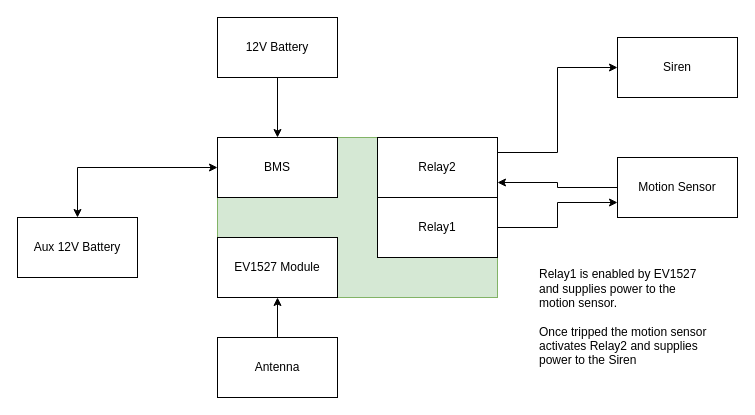
This is fbd/EV1527.drawio from runbren/keyless-security, a draw.io file, before an edit. Source tidied: cells renumbered, new cells numbered last; positions are measured from the earlier drawing's top-left corner, leaving out a move shared by most shapes. Both pictures are drawn from the tidied source at 100%, with x=0, y=0 at pixel (17, 17).
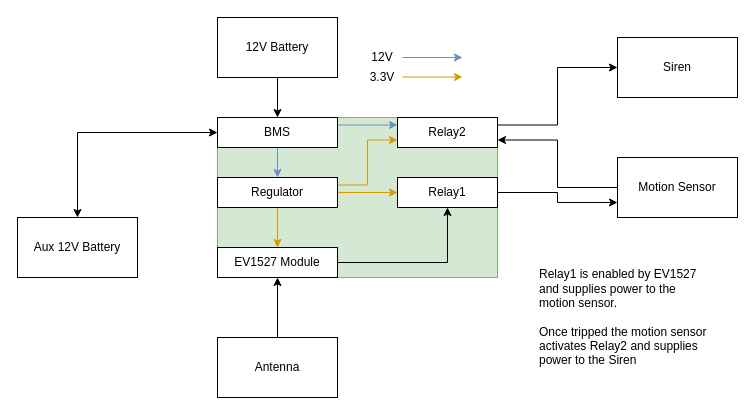
After the change.

Commit message:
add power lines

Diff of the diagram source:
```diff
@@
     <mxCell id="6" style="group;" parent="1" vertex="1">
-      <mxGeometry x="200" y="120" width="280" height="160" as="geometry" />
+      <mxGeometry x="200" y="100" width="280" height="160" as="geometry" />
     </mxCell>
@@
+    <mxCell id="20" style="edgeStyle=orthogonalEdgeStyle;rounded=0;jettySize=auto;html=1;exitX=1;exitY=0.25;exitDx=0;exitDy=0;entryX=0;entryY=0.25;entryDx=0;entryDy=0;startArrow=none;startFill=0;endArrow=classic;endFill=1;fillColor=#dae8fc;strokeColor=#6c8ebf;" parent="6" edge="1" source="8" target="10">
+      <mxGeometry relative="1" as="geometry" />
+    </mxCell>
+    <mxCell id="21" style="edgeStyle=orthogonalEdgeStyle;rounded=0;jettySize=auto;html=1;exitX=0.5;exitY=1;exitDx=0;exitDy=0;entryX=0.5;entryY=0;entryDx=0;entryDy=0;startArrow=none;startFill=0;endArrow=classic;endFill=1;fillColor=#dae8fc;strokeColor=#6c8ebf;" parent="6" edge="1" source="8" target="26">
+      <mxGeometry relative="1" as="geometry" />
+    </mxCell>
     <mxCell id="8" value="BMS" style="rounded=0;whiteSpace=wrap;html=1;" parent="6" vertex="1">
-      <mxGeometry width="120" height="60" as="geometry" />
+      <mxGeometry width="120" height="30" as="geometry" />
     </mxCell>
     <mxCell id="9" value="Relay1" style="rounded=0;whiteSpace=wrap;html=1;" parent="6" vertex="1">
-      <mxGeometry x="160" y="60" width="120" height="60" as="geometry" />
+      <mxGeometry x="180" y="60" width="100" height="30" as="geometry" />
     </mxCell>
     <mxCell id="10" value="Relay2" style="rounded=0;whiteSpace=wrap;html=1;" parent="6" vertex="1">
-      <mxGeometry x="160" width="120" height="60" as="geometry" />
+      <mxGeometry x="180" width="100" height="30" as="geometry" />
     </mxCell>
+    <mxCell id="22" style="edgeStyle=orthogonalEdgeStyle;rounded=0;jettySize=auto;html=1;exitX=1;exitY=0.5;exitDx=0;exitDy=0;entryX=0.5;entryY=1;entryDx=0;entryDy=0;startArrow=none;startFill=0;endArrow=classic;endFill=1;" parent="6" edge="1" source="11" target="9">
+      <mxGeometry relative="1" as="geometry" />
+    </mxCell>
     <mxCell id="11" value="EV1527 Module" style="rounded=0;whiteSpace=wrap;html=1;" parent="6" vertex="1">
-      <mxGeometry y="100" width="120" height="60" as="geometry" />
+      <mxGeometry y="130" width="120" height="30" as="geometry" />
     </mxCell>
+    <mxCell id="23" style="edgeStyle=orthogonalEdgeStyle;rounded=0;jettySize=auto;html=1;exitX=1;exitY=0.25;exitDx=0;exitDy=0;entryX=0;entryY=0.75;entryDx=0;entryDy=0;startArrow=none;startFill=0;endArrow=classic;endFill=1;fillColor=#ffe6cc;strokeColor=#d79b00;" parent="6" edge="1" source="26" target="10">
+      <mxGeometry relative="1" as="geometry" />
+    </mxCell>
+    <mxCell id="24" style="edgeStyle=orthogonalEdgeStyle;rounded=0;jettySize=auto;html=1;exitX=1;exitY=0.5;exitDx=0;exitDy=0;entryX=0;entryY=0.5;entryDx=0;entryDy=0;startArrow=none;startFill=0;endArrow=classic;endFill=1;fillColor=#ffe6cc;strokeColor=#d79b00;" parent="6" edge="1" source="26" target="9">
+      <mxGeometry relative="1" as="geometry" />
+    </mxCell>
+    <mxCell id="25" style="edgeStyle=orthogonalEdgeStyle;rounded=0;jettySize=auto;html=1;exitX=0.5;exitY=1;exitDx=0;exitDy=0;entryX=0.5;entryY=0;entryDx=0;entryDy=0;startArrow=none;startFill=0;endArrow=classic;endFill=1;fillColor=#ffe6cc;strokeColor=#d79b00;" parent="6" edge="1" source="26" target="11">
+      <mxGeometry relative="1" as="geometry" />
+    </mxCell>
+    <mxCell id="26" value="Regulator" style="rounded=0;whiteSpace=wrap;html=1;" parent="6" vertex="1">
+      <mxGeometry y="60" width="120" height="30" as="geometry" />
+    </mxCell>
@@
+    <mxCell id="27" style="edgeStyle=orthogonalEdgeStyle;rounded=0;orthogonalLoop=1;jettySize=auto;html=1;exitX=1;exitY=0.25;exitDx=0;exitDy=0;entryX=0;entryY=0.25;entryDx=0;entryDy=0;startArrow=none;startFill=0;endArrow=classic;endFill=1;fillColor=#dae8fc;strokeColor=#6c8ebf;" parent="1" edge="1">
+      <mxGeometry relative="1" as="geometry">
+        <mxPoint x="385" y="40" as="sourcePoint" />
+        <mxPoint x="445" y="40" as="targetPoint" />
+      </mxGeometry>
+    </mxCell>
+    <mxCell id="28" style="edgeStyle=orthogonalEdgeStyle;rounded=0;orthogonalLoop=1;jettySize=auto;html=1;exitX=1;exitY=0.5;exitDx=0;exitDy=0;entryX=0;entryY=0.5;entryDx=0;entryDy=0;startArrow=none;startFill=0;endArrow=classic;endFill=1;fillColor=#ffe6cc;strokeColor=#d79b00;" parent="1" edge="1">
+      <mxGeometry relative="1" as="geometry">
+        <mxPoint x="385" y="59.5" as="sourcePoint" />
+        <mxPoint x="445" y="59.5" as="targetPoint" />
+      </mxGeometry>
+    </mxCell>
+    <mxCell id="29" value="12V" style="text;html=1;strokeColor=none;fillColor=none;align=center;verticalAlign=middle;whiteSpace=wrap;rounded=0;" parent="1" vertex="1">
+      <mxGeometry x="345" y="30" width="40" height="20" as="geometry" />
+    </mxCell>
+    <mxCell id="30" value="3.3V" style="text;html=1;strokeColor=none;fillColor=none;align=center;verticalAlign=middle;whiteSpace=wrap;rounded=0;" parent="1" vertex="1">
+      <mxGeometry x="345" y="50" width="40" height="20" as="geometry" />
+    </mxCell>
```
